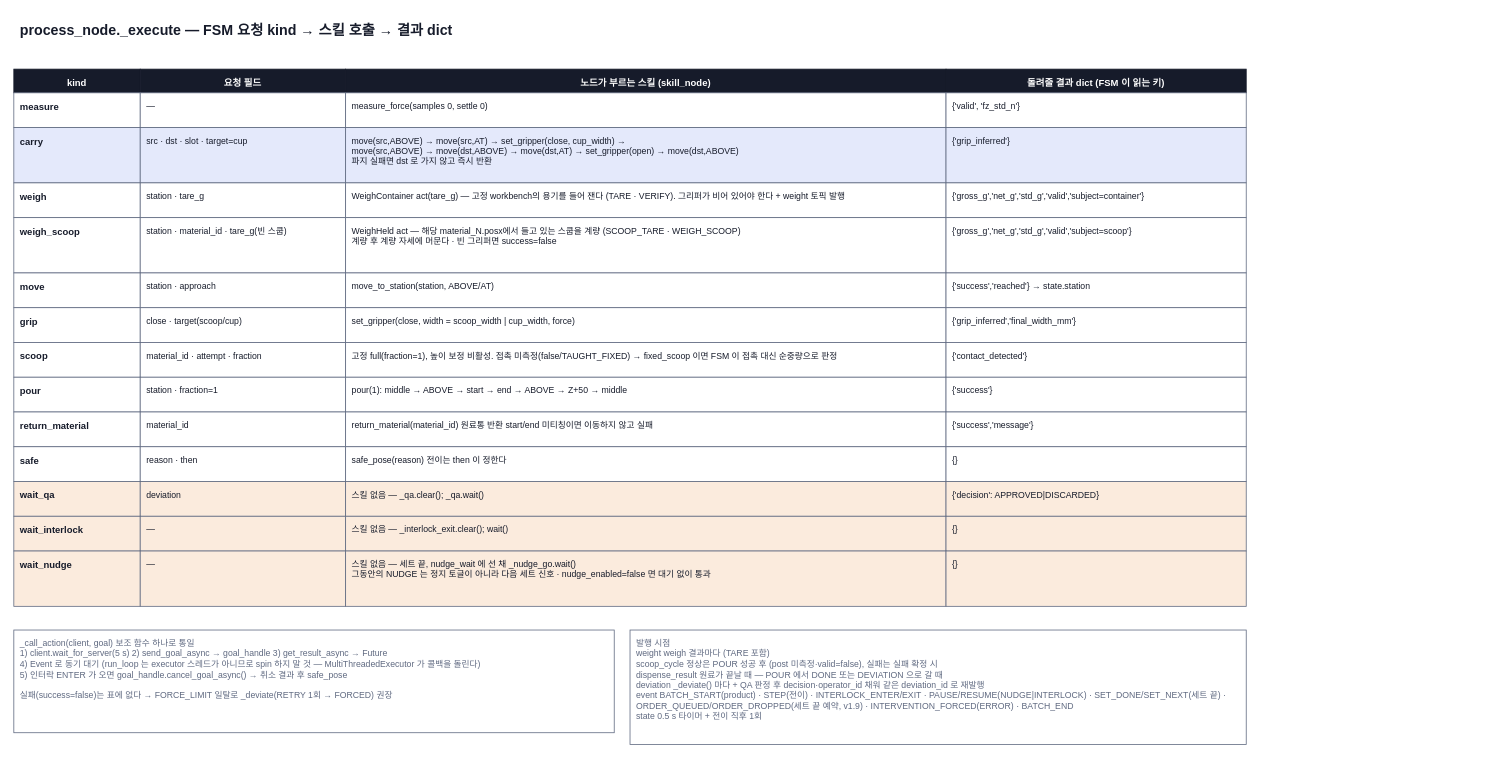
Earlier version of the draw.io diagram page "3 요청↔스킬 번역 (_execute)" (3 of 4) of docs/diagrams/process_flow.drawio (Jik-Kim/auto-pharmacist). Source tidied: cells renumbered, new cells numbered last; positions are measured from the earlier drawing's top-left corner, leaving out a move shared by most shapes. Both pictures are drawn from the tidied source at 79%, with x=0, y=0 at pixel (13, 13).
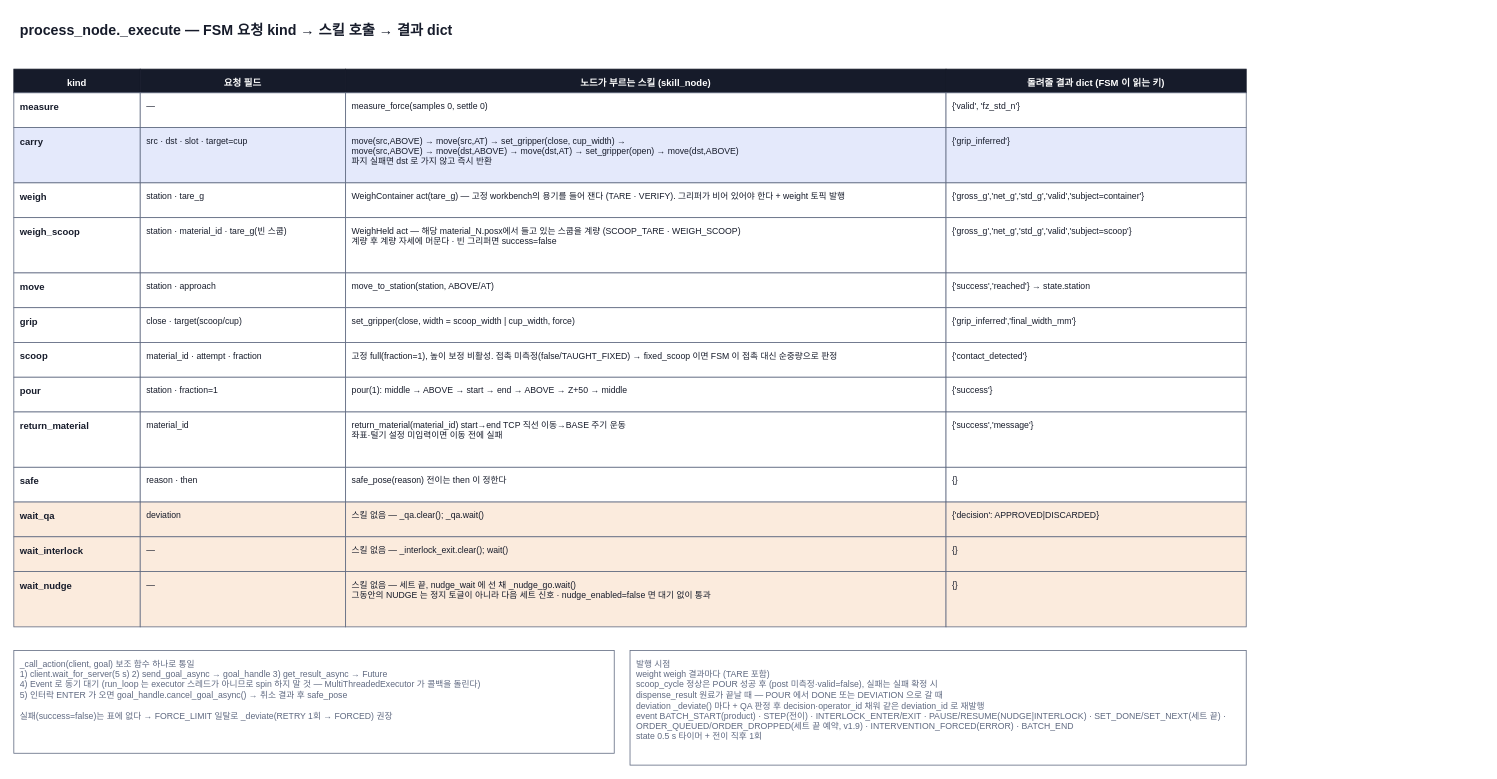
After the change.

What changed in the source:
```diff
@@
     <mxCell id="39" value="return_material" style="rounded=0;whiteSpace=wrap;html=1;fillColor=#FFFFFF;strokeColor=#5F6980;fontColor=#161B2A;fontSize=12;align=left;verticalAlign=top;spacingTop=4;spacingLeft=6;spacingRight=6;fontStyle=1;" parent="1" vertex="1">
-      <mxGeometry y="504" width="160" height="44" as="geometry" />
+      <mxGeometry y="504" width="160" height="70" as="geometry" />
     </mxCell>
     <mxCell id="40" value="material_id" style="rounded=0;whiteSpace=wrap;html=1;fillColor=#FFFFFF;strokeColor=#5F6980;fontColor=#161B2A;fontSize=11;align=left;verticalAlign=top;spacingTop=4;spacingLeft=6;spacingRight=6;" parent="1" vertex="1">
-      <mxGeometry x="160" y="504" width="260" height="44" as="geometry" />
+      <mxGeometry x="160" y="504" width="260" height="70" as="geometry" />
     </mxCell>
-    <mxCell id="41" value="return_material(material_id)   원료통 반환 start/end 미티칭이면 이동하지 않고 실패" style="rounded=0;whiteSpace=wrap;html=1;fillColor=#FFFFFF;strokeColor=#5F6980;fontColor=#161B2A;fontSize=11;align=left;verticalAlign=top;spacingTop=4;spacingLeft=6;spacingRight=6;" parent="1" vertex="1">
-      <mxGeometry x="420" y="504" width="760" height="44" as="geometry" />
+    <mxCell id="41" value="return_material(material_id)   start→end TCP 직선 이동→BASE 주기 운동&lt;br&gt;좌표·털기 설정 미입력이면 이동 전에 실패" style="rounded=0;whiteSpace=wrap;html=1;fillColor=#FFFFFF;strokeColor=#5F6980;fontColor=#161B2A;fontSize=11;align=left;verticalAlign=top;spacingTop=4;spacingLeft=6;spacingRight=6;" parent="1" vertex="1">
+      <mxGeometry x="420" y="504" width="760" height="70" as="geometry" />
     </mxCell>
     <mxCell id="42" value="{'success','message'}" style="rounded=0;whiteSpace=wrap;html=1;fillColor=#FFFFFF;strokeColor=#5F6980;fontColor=#161B2A;fontSize=11;align=left;verticalAlign=top;spacingTop=4;spacingLeft=6;spacingRight=6;" parent="1" vertex="1">
-      <mxGeometry x="1180" y="504" width="380" height="44" as="geometry" />
+      <mxGeometry x="1180" y="504" width="380" height="70" as="geometry" />
     </mxCell>
     <mxCell id="43" value="safe" style="rounded=0;whiteSpace=wrap;html=1;fillColor=#FFFFFF;strokeColor=#5F6980;fontColor=#161B2A;fontSize=12;align=left;verticalAlign=top;spacingTop=4;spacingLeft=6;spacingRight=6;fontStyle=1;" parent="1" vertex="1">
-      <mxGeometry y="548" width="160" height="44" as="geometry" />
+      <mxGeometry y="574" width="160" height="44" as="geometry" />
     </mxCell>
     <mxCell id="44" value="reason · then" style="rounded=0;whiteSpace=wrap;html=1;fillColor=#FFFFFF;strokeColor=#5F6980;fontColor=#161B2A;fontSize=11;align=left;verticalAlign=top;spacingTop=4;spacingLeft=6;spacingRight=6;" parent="1" vertex="1">
-      <mxGeometry x="160" y="548" width="260" height="44" as="geometry" />
+      <mxGeometry x="160" y="574" width="260" height="44" as="geometry" />
     </mxCell>
     <mxCell id="45" value="safe_pose(reason)   전이는 then 이 정한다" style="rounded=0;whiteSpace=wrap;html=1;fillColor=#FFFFFF;strokeColor=#5F6980;fontColor=#161B2A;fontSize=11;align=left;verticalAlign=top;spacingTop=4;spacingLeft=6;spacingRight=6;" parent="1" vertex="1">
-      <mxGeometry x="420" y="548" width="760" height="44" as="geometry" />
+      <mxGeometry x="420" y="574" width="760" height="44" as="geometry" />
     </mxCell>
     <mxCell id="46" value="{}" style="rounded=0;whiteSpace=wrap;html=1;fillColor=#FFFFFF;strokeColor=#5F6980;fontColor=#161B2A;fontSize=11;align=left;verticalAlign=top;spacingTop=4;spacingLeft=6;spacingRight=6;" parent="1" vertex="1">
-      <mxGeometry x="1180" y="548" width="380" height="44" as="geometry" />
+      <mxGeometry x="1180" y="574" width="380" height="44" as="geometry" />
     </mxCell>
     <mxCell id="47" value="wait_qa" style="rounded=0;whiteSpace=wrap;html=1;fillColor=#FBEBDD;strokeColor=#5F6980;fontColor=#161B2A;fontSize=12;align=left;verticalAlign=top;spacingTop=4;spacingLeft=6;spacingRight=6;fontStyle=1;" parent="1" vertex="1">
-      <mxGeometry y="592" width="160" height="44" as="geometry" />
+      <mxGeometry y="618" width="160" height="44" as="geometry" />
     </mxCell>
     <mxCell id="48" value="deviation" style="rounded=0;whiteSpace=wrap;html=1;fillColor=#FBEBDD;strokeColor=#5F6980;fontColor=#161B2A;fontSize=11;align=left;verticalAlign=top;spacingTop=4;spacingLeft=6;spacingRight=6;" parent="1" vertex="1">
-      <mxGeometry x="160" y="592" width="260" height="44" as="geometry" />
+      <mxGeometry x="160" y="618" width="260" height="44" as="geometry" />
     </mxCell>
     <mxCell id="49" value="스킬 없음 — _qa.clear(); _qa.wait()" style="rounded=0;whiteSpace=wrap;html=1;fillColor=#FBEBDD;strokeColor=#5F6980;fontColor=#161B2A;fontSize=11;align=left;verticalAlign=top;spacingTop=4;spacingLeft=6;spacingRight=6;" parent="1" vertex="1">
-      <mxGeometry x="420" y="592" width="760" height="44" as="geometry" />
+      <mxGeometry x="420" y="618" width="760" height="44" as="geometry" />
     </mxCell>
     <mxCell id="50" value="{'decision': APPROVED|DISCARDED}" style="rounded=0;whiteSpace=wrap;html=1;fillColor=#FBEBDD;strokeColor=#5F6980;fontColor=#161B2A;fontSize=11;align=left;verticalAlign=top;spacingTop=4;spacingLeft=6;spacingRight=6;" parent="1" vertex="1">
-      <mxGeometry x="1180" y="592" width="380" height="44" as="geometry" />
+      <mxGeometry x="1180" y="618" width="380" height="44" as="geometry" />
     </mxCell>
     <mxCell id="51" value="wait_interlock" style="rounded=0;whiteSpace=wrap;html=1;fillColor=#FBEBDD;strokeColor=#5F6980;fontColor=#161B2A;fontSize=12;align=left;verticalAlign=top;spacingTop=4;spacingLeft=6;spacingRight=6;fontStyle=1;" parent="1" vertex="1">
-      <mxGeometry y="636" width="160" height="44" as="geometry" />
+      <mxGeometry y="662" width="160" height="44" as="geometry" />
     </mxCell>
     <mxCell id="52" value="—" style="rounded=0;whiteSpace=wrap;html=1;fillColor=#FBEBDD;strokeColor=#5F6980;fontColor=#161B2A;fontSize=11;align=left;verticalAlign=top;spacingTop=4;spacingLeft=6;spacingRight=6;" parent="1" vertex="1">
-      <mxGeometry x="160" y="636" width="260" height="44" as="geometry" />
+      <mxGeometry x="160" y="662" width="260" height="44" as="geometry" />
     </mxCell>
     <mxCell id="53" value="스킬 없음 — _interlock_exit.clear(); wait()" style="rounded=0;whiteSpace=wrap;html=1;fillColor=#FBEBDD;strokeColor=#5F6980;fontColor=#161B2A;fontSize=11;align=left;verticalAlign=top;spacingTop=4;spacingLeft=6;spacingRight=6;" parent="1" vertex="1">
-      <mxGeometry x="420" y="636" width="760" height="44" as="geometry" />
+      <mxGeometry x="420" y="662" width="760" height="44" as="geometry" />
     </mxCell>
     <mxCell id="54" value="{}" style="rounded=0;whiteSpace=wrap;html=1;fillColor=#FBEBDD;strokeColor=#5F6980;fontColor=#161B2A;fontSize=11;align=left;verticalAlign=top;spacingTop=4;spacingLeft=6;spacingRight=6;" parent="1" vertex="1">
-      <mxGeometry x="1180" y="636" width="380" height="44" as="geometry" />
+      <mxGeometry x="1180" y="662" width="380" height="44" as="geometry" />
     </mxCell>
     <mxCell id="55" value="wait_nudge" style="rounded=0;whiteSpace=wrap;html=1;fillColor=#FBEBDD;strokeColor=#5F6980;fontColor=#161B2A;fontSize=12;align=left;verticalAlign=top;spacingTop=4;spacingLeft=6;spacingRight=6;fontStyle=1;" parent="1" vertex="1">
-      <mxGeometry y="680" width="160" height="70" as="geometry" />
+      <mxGeometry y="706" width="160" height="70" as="geometry" />
     </mxCell>
     <mxCell id="56" value="—" style="rounded=0;whiteSpace=wrap;html=1;fillColor=#FBEBDD;strokeColor=#5F6980;fontColor=#161B2A;fontSize=11;align=left;verticalAlign=top;spacingTop=4;spacingLeft=6;spacingRight=6;" parent="1" vertex="1">
-      <mxGeometry x="160" y="680" width="260" height="70" as="geometry" />
+      <mxGeometry x="160" y="706" width="260" height="70" as="geometry" />
     </mxCell>
     <mxCell id="57" value="스킬 없음 — 세트 끝, nudge_wait 에 선 채 _nudge_go.wait()&lt;br&gt;그동안의 NUDGE 는 정지 토글이 아니라 다음 세트 신호 · nudge_enabled=false 면 대기 없이 통과" style="rounded=0;whiteSpace=wrap;html=1;fillColor=#FBEBDD;strokeColor=#5F6980;fontColor=#161B2A;fontSize=11;align=left;verticalAlign=top;spacingTop=4;spacingLeft=6;spacingRight=6;" parent="1" vertex="1">
-      <mxGeometry x="420" y="680" width="760" height="70" as="geometry" />
+      <mxGeometry x="420" y="706" width="760" height="70" as="geometry" />
     </mxCell>
     <mxCell id="58" value="{}" style="rounded=0;whiteSpace=wrap;html=1;fillColor=#FBEBDD;strokeColor=#5F6980;fontColor=#161B2A;fontSize=11;align=left;verticalAlign=top;spacingTop=4;spacingLeft=6;spacingRight=6;" parent="1" vertex="1">
-      <mxGeometry x="1180" y="680" width="380" height="70" as="geometry" />
+      <mxGeometry x="1180" y="706" width="380" height="70" as="geometry" />
     </mxCell>
     <mxCell id="59" value="_call_action(client, goal) 보조 함수 하나로 통일&lt;br&gt;  1) client.wait_for_server(5 s)   2) send_goal_async → goal_handle   3) get_result_async → Future&lt;br&gt;  4) Event 로 동기 대기 (run_loop 는 executor 스레드가 아니므로 spin 하지 말 것 — MultiThreadedExecutor 가 콜백을 돌린다)&lt;br&gt;  5) 인터락 ENTER 가 오면 goal_handle.cancel_goal_async()  → 취소 결과 후 safe_pose&lt;br&gt;&lt;br&gt;실패(success=false)는 표에 없다 → FORCE_LIMIT 일탈로 _deviate(RETRY 1회 → FORCED) 권장" style="rounded=0;whiteSpace=wrap;html=1;fillColor=#FFFFFF;strokeColor=#5F6980;fontColor=#5F6980;fontSize=11;align=left;verticalAlign=top;spacingTop=4;spacingLeft=6;spacingRight=6;" parent="1" vertex="1">
-      <mxGeometry y="780" width="760" height="130" as="geometry" />
+      <mxGeometry y="806" width="760" height="130" as="geometry" />
     </mxCell>
     <mxCell id="60" value="발행 시점&lt;br&gt;  weight            weigh 결과마다 (TARE 포함)&lt;br&gt;  scoop_cycle       정상은 POUR 성공 후 (post 미측정·valid=false), 실패는 실패 확정 시&lt;br&gt;  dispense_result   원료가 끝날 때 — POUR 에서 DONE 또는 DEVIATION 으로 갈 때&lt;br&gt;  deviation         _deviate() 마다 + QA 판정 후 decision·operator_id 채워 같은 deviation_id 로 재발행&lt;br&gt;  event             BATCH_START(product) · STEP(전이) · INTERLOCK_ENTER/EXIT · PAUSE/RESUME(NUDGE|INTERLOCK) · SET_DONE/SET_NEXT(세트 끝) · ORDER_QUEUED/ORDER_DROPPED(세트 끝 예약, v1.9) · INTERVENTION_FORCED(ERROR) · BATCH_END&lt;br&gt;  state             0.5 s 타이머 + 전이 직후 1회" style="rounded=0;whiteSpace=wrap;html=1;fillColor=#FFFFFF;strokeColor=#5F6980;fontColor=#5F6980;fontSize=11;align=left;verticalAlign=top;spacingTop=4;spacingLeft=6;spacingRight=6;" parent="1" vertex="1">
-      <mxGeometry x="780" y="780" width="780" height="145" as="geometry" />
+      <mxGeometry x="780" y="806" width="780" height="145" as="geometry" />
     </mxCell>
```
